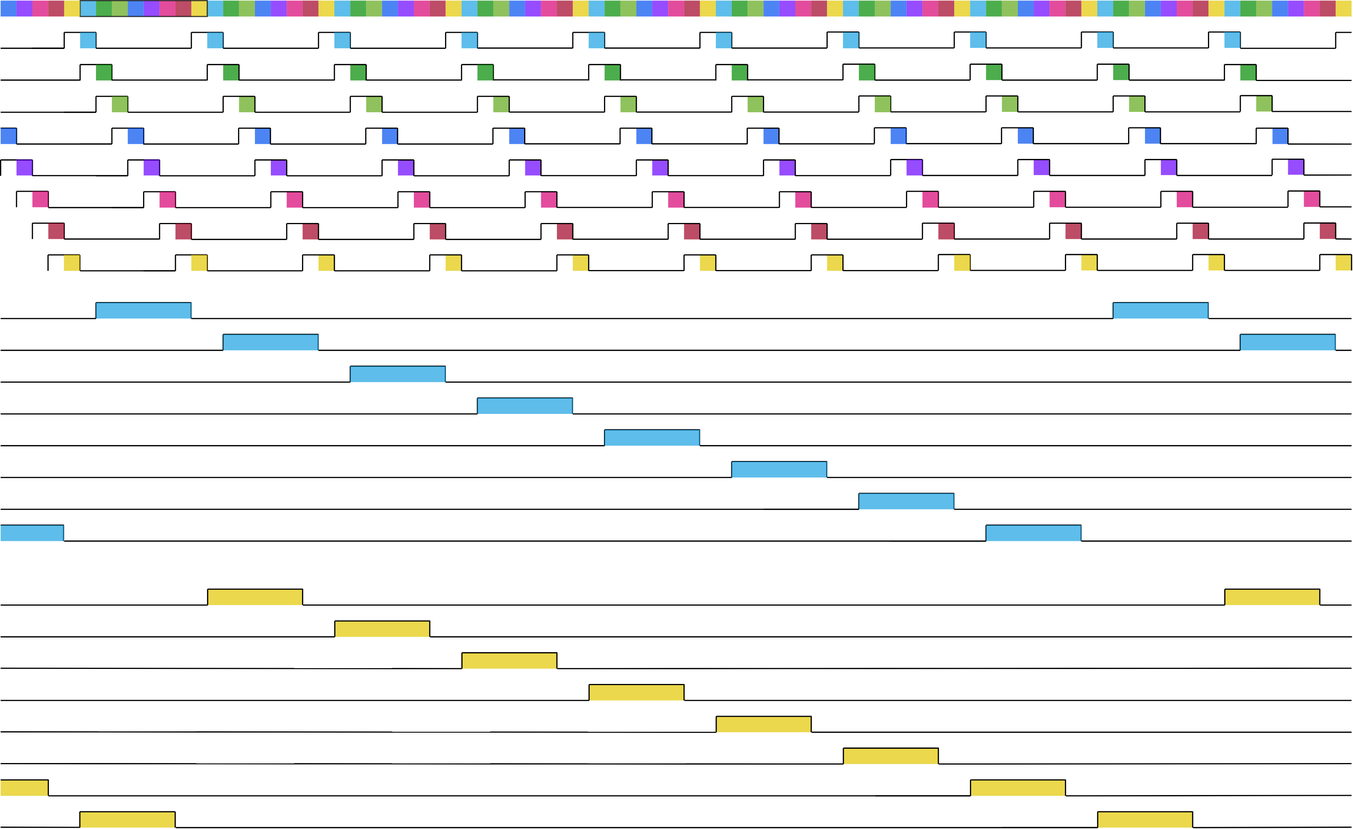
raytroop/raytroop.github.io keeps this draw.io diagram as source/_posts/paper-reading/8way-interleaving-Marvell-ISSCC2022.drawio.svg. Above is the earlier version. Source tidied: cells renumbered, new cells last; positions are measured from the earlier drawing's top-left corner, leaving out a move shared by most shapes.
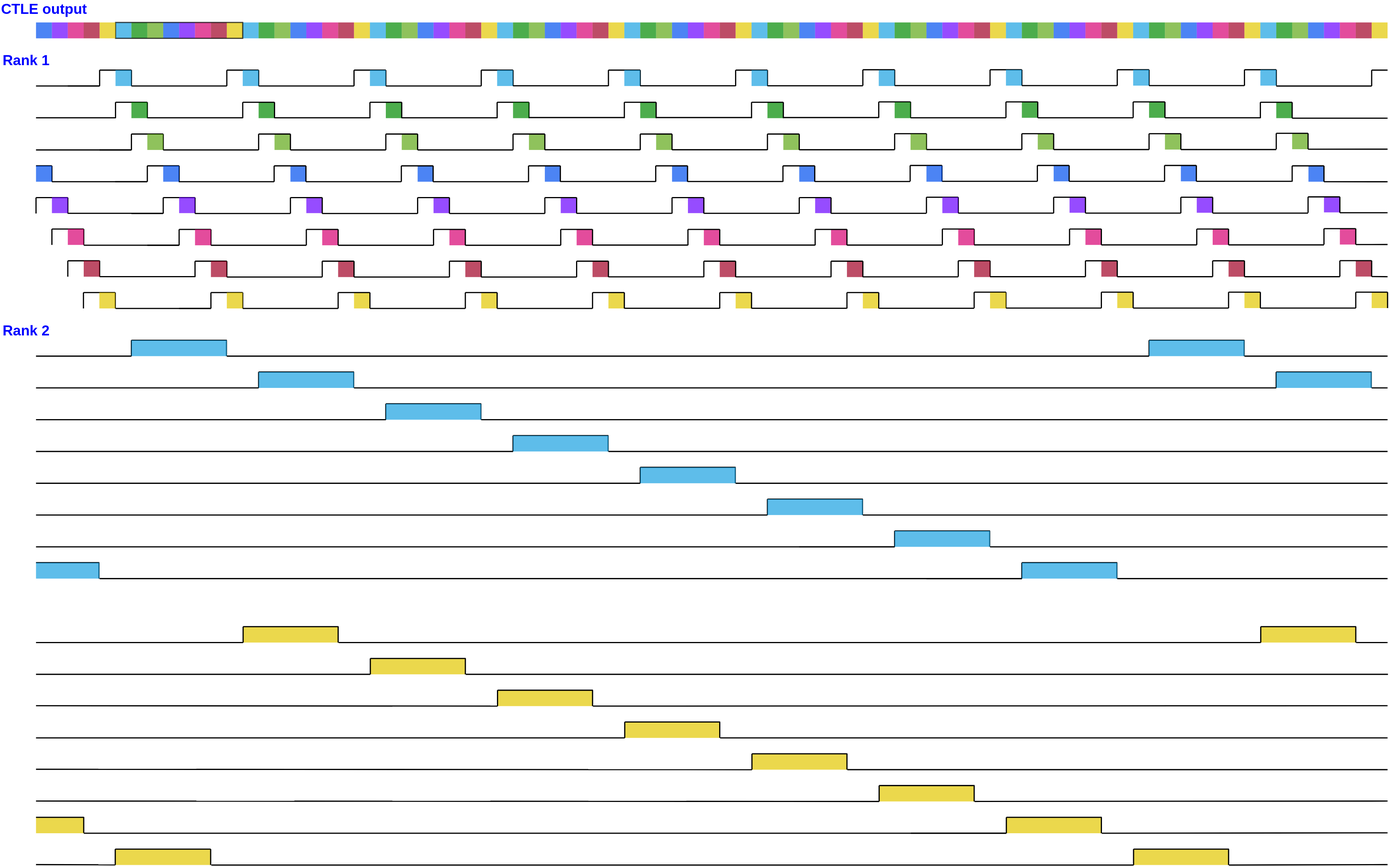
The same diagram one commit later.

Change to the diagram source:
```diff
@@ -2238,7 +2238,7 @@
       <mxGeometry x="2400" y="640" width="40" height="40" as="geometry" />
     </mxCell>
     <mxCell id="444" style="group;strokeWidth=3;" parent="1" vertex="1">
-      <mxGeometry x="200" width="320" height="40" as="geometry" />
+      <mxGeometry x="200" y="-40" width="320" height="40" as="geometry" />
     </mxCell>
     <mxCell id="445" style="rounded=0;whiteSpace=wrap;html=1;strokeColor=none;fillColor=#1ba1e2;opacity=70;fontColor=#ffffff;strokeWidth=3;" parent="444" vertex="1">
       <mxGeometry width="40" height="40" as="geometry" />
@@ -2265,7 +2265,7 @@
       <mxGeometry x="280" width="40" height="40" as="geometry" />
     </mxCell>
     <mxCell id="453" style="group;strokeWidth=3;" parent="1" vertex="1">
-      <mxGeometry x="520" width="320" height="40" as="geometry" />
+      <mxGeometry x="520" y="-40" width="320" height="40" as="geometry" />
     </mxCell>
     <mxCell id="454" style="rounded=0;whiteSpace=wrap;html=1;strokeColor=none;fillColor=#1ba1e2;opacity=70;fontColor=#ffffff;strokeWidth=3;" parent="453" vertex="1">
       <mxGeometry width="40" height="40" as="geometry" />
@@ -2292,7 +2292,7 @@
       <mxGeometry x="280" width="40" height="40" as="geometry" />
     </mxCell>
     <mxCell id="462" style="group;strokeWidth=3;" parent="1" vertex="1">
-      <mxGeometry x="840" width="320" height="40" as="geometry" />
+      <mxGeometry x="840" y="-40" width="320" height="40" as="geometry" />
     </mxCell>
     <mxCell id="463" style="rounded=0;whiteSpace=wrap;html=1;strokeColor=none;fillColor=#1ba1e2;opacity=70;fontColor=#ffffff;strokeWidth=3;" parent="462" vertex="1">
       <mxGeometry width="40" height="40" as="geometry" />
@@ -2319,7 +2319,7 @@
       <mxGeometry x="280" width="40" height="40" as="geometry" />
     </mxCell>
     <mxCell id="471" style="group;strokeWidth=3;" parent="1" vertex="1">
-      <mxGeometry x="1160" width="320" height="40" as="geometry" />
+      <mxGeometry x="1160" y="-40" width="320" height="40" as="geometry" />
     </mxCell>
     <mxCell id="472" style="rounded=0;whiteSpace=wrap;html=1;strokeColor=none;fillColor=#1ba1e2;opacity=70;fontColor=#ffffff;strokeWidth=3;" parent="471" vertex="1">
       <mxGeometry width="40" height="40" as="geometry" />
@@ -2346,7 +2346,7 @@
       <mxGeometry x="280" width="40" height="40" as="geometry" />
     </mxCell>
     <mxCell id="480" style="group;strokeWidth=3;" parent="1" vertex="1">
-      <mxGeometry x="1480" width="320" height="40" as="geometry" />
+      <mxGeometry x="1480" y="-40" width="320" height="40" as="geometry" />
     </mxCell>
     <mxCell id="481" style="rounded=0;whiteSpace=wrap;html=1;strokeColor=none;fillColor=#1ba1e2;opacity=70;fontColor=#ffffff;strokeWidth=3;" parent="480" vertex="1">
       <mxGeometry width="40" height="40" as="geometry" />
@@ -2373,7 +2373,7 @@
       <mxGeometry x="280" width="40" height="40" as="geometry" />
     </mxCell>
     <mxCell id="489" style="group;strokeWidth=3;" parent="1" vertex="1">
-      <mxGeometry x="1800" width="320" height="40" as="geometry" />
+      <mxGeometry x="1800" y="-40" width="320" height="40" as="geometry" />
     </mxCell>
     <mxCell id="490" style="rounded=0;whiteSpace=wrap;html=1;strokeColor=none;fillColor=#1ba1e2;opacity=70;fontColor=#ffffff;strokeWidth=3;" parent="489" vertex="1">
       <mxGeometry width="40" height="40" as="geometry" />
@@ -2400,7 +2400,7 @@
       <mxGeometry x="280" width="40" height="40" as="geometry" />
     </mxCell>
     <mxCell id="498" style="group;strokeWidth=3;" parent="1" vertex="1">
-      <mxGeometry x="2120" width="320" height="40" as="geometry" />
+      <mxGeometry x="2120" y="-40" width="320" height="40" as="geometry" />
     </mxCell>
     <mxCell id="499" style="rounded=0;whiteSpace=wrap;html=1;strokeColor=none;fillColor=#1ba1e2;opacity=70;fontColor=#ffffff;strokeWidth=3;" parent="498" vertex="1">
       <mxGeometry width="40" height="40" as="geometry" />
@@ -2427,7 +2427,7 @@
       <mxGeometry x="280" width="40" height="40" as="geometry" />
     </mxCell>
     <mxCell id="507" style="group;strokeWidth=3;" parent="1" vertex="1">
-      <mxGeometry x="2440" width="320" height="40" as="geometry" />
+      <mxGeometry x="2440" y="-40" width="320" height="40" as="geometry" />
     </mxCell>
     <mxCell id="508" style="rounded=0;whiteSpace=wrap;html=1;strokeColor=none;fillColor=#1ba1e2;opacity=70;fontColor=#ffffff;strokeWidth=3;" parent="507" vertex="1">
       <mxGeometry width="40" height="40" as="geometry" />
@@ -2454,7 +2454,7 @@
       <mxGeometry x="280" width="40" height="40" as="geometry" />
     </mxCell>
     <mxCell id="516" style="group;strokeWidth=3;" parent="1" vertex="1">
-      <mxGeometry x="2760" width="320" height="40" as="geometry" />
+      <mxGeometry x="2760" y="-40" width="320" height="40" as="geometry" />
     </mxCell>
     <mxCell id="517" style="rounded=0;whiteSpace=wrap;html=1;strokeColor=none;fillColor=#1ba1e2;opacity=70;fontColor=#ffffff;strokeWidth=3;" parent="516" vertex="1">
       <mxGeometry width="40" height="40" as="geometry" />
@@ -2481,7 +2481,7 @@
       <mxGeometry x="280" width="40" height="40" as="geometry" />
     </mxCell>
     <mxCell id="525" style="group;strokeWidth=3;" parent="1" vertex="1">
-      <mxGeometry x="3080" width="320" height="40" as="geometry" />
+      <mxGeometry x="3080" y="-40" width="320" height="40" as="geometry" />
     </mxCell>
     <mxCell id="526" style="rounded=0;whiteSpace=wrap;html=1;strokeColor=none;fillColor=#1ba1e2;opacity=70;fontColor=#ffffff;strokeWidth=3;" parent="525" vertex="1">
       <mxGeometry width="40" height="40" as="geometry" />
@@ -2508,7 +2508,7 @@
       <mxGeometry x="280" width="40" height="40" as="geometry" />
     </mxCell>
     <mxCell id="534" style="rounded=0;whiteSpace=wrap;html=1;fillColor=none;strokeColor=#000000;strokeWidth=3;opacity=70;" parent="1" vertex="1">
-      <mxGeometry x="200" width="320" height="40" as="geometry" />
+      <mxGeometry x="200" y="-40" width="320" height="40" as="geometry" />
     </mxCell>
     <mxCell id="535" style="endArrow=none;html=1;rounded=0;strokeWidth=3;" parent="1" edge="1">
       <mxGeometry relative="1" as="geometry">
@@ -2897,19 +2897,19 @@
       <mxGeometry x="159.3" y="640" width="40" height="40" as="geometry" />
     </mxCell>
     <mxCell id="602" style="rounded=0;whiteSpace=wrap;html=1;strokeColor=none;fillColor=#0050ef;opacity=70;fontColor=#ffffff;strokeWidth=3;" parent="1" vertex="1">
-      <mxGeometry width="40" height="40" as="geometry" />
+      <mxGeometry y="-40" width="40" height="40" as="geometry" />
     </mxCell>
     <mxCell id="603" style="rounded=0;whiteSpace=wrap;html=1;strokeColor=none;fillColor=#6a00ff;opacity=70;fontColor=#ffffff;strokeWidth=3;" parent="1" vertex="1">
-      <mxGeometry x="40" width="40" height="40" as="geometry" />
+      <mxGeometry x="40" y="-40" width="40" height="40" as="geometry" />
     </mxCell>
     <mxCell id="604" style="rounded=0;whiteSpace=wrap;html=1;strokeColor=none;fillColor=#d80073;opacity=70;fontColor=#ffffff;strokeWidth=3;" parent="1" vertex="1">
-      <mxGeometry x="80" width="40" height="40" as="geometry" />
+      <mxGeometry x="80" y="-40" width="40" height="40" as="geometry" />
     </mxCell>
     <mxCell id="605" style="rounded=0;whiteSpace=wrap;html=1;strokeColor=none;fillColor=#a20025;opacity=70;fontColor=#ffffff;strokeWidth=3;" parent="1" vertex="1">
-      <mxGeometry x="120" width="40" height="40" as="geometry" />
+      <mxGeometry x="120" y="-40" width="40" height="40" as="geometry" />
     </mxCell>
     <mxCell id="606" style="rounded=0;whiteSpace=wrap;html=1;strokeColor=none;fillColor=#e3c800;opacity=70;fontColor=#000000;strokeWidth=3;" parent="1" vertex="1">
-      <mxGeometry x="160" width="40" height="40" as="geometry" />
+      <mxGeometry x="160" y="-40" width="40" height="40" as="geometry" />
     </mxCell>
     <mxCell id="607" style="endArrow=none;html=1;rounded=0;strokeWidth=3;" parent="1" edge="1">
       <mxGeometry relative="1" as="geometry">
@@ -3521,5 +3521,14 @@
         <mxPoint x="439.3" y="2041" as="targetPoint" />
       </mxGeometry>
     </mxCell>
+    <mxCell id="722" value="&lt;font style=&quot;color: rgb(0, 0, 255); font-size: 36px;&quot;&gt;&lt;b style=&quot;&quot;&gt;CTLE output&lt;/b&gt;&lt;/font&gt;" style="text;html=1;align=center;verticalAlign=middle;whiteSpace=wrap;rounded=0;" parent="1" vertex="1">
+      <mxGeometry x="-90" y="-90" width="220" height="30" as="geometry" />
+    </mxCell>
+    <mxCell id="723" value="&lt;font style=&quot;font-size: 36px;&quot; color=&quot;#0000ff&quot;&gt;&lt;b style=&quot;&quot;&gt;Rank 1&lt;/b&gt;&lt;/font&gt;" style="text;html=1;align=center;verticalAlign=middle;whiteSpace=wrap;rounded=0;" parent="1" vertex="1">
+      <mxGeometry x="-90" y="40" width="130" height="30" as="geometry" />
+    </mxCell>
+    <mxCell id="724" value="&lt;font style=&quot;font-size: 36px;&quot; color=&quot;#0000ff&quot;&gt;&lt;b style=&quot;&quot;&gt;Rank 2&lt;/b&gt;&lt;/font&gt;" style="text;html=1;align=center;verticalAlign=middle;whiteSpace=wrap;rounded=0;" parent="1" vertex="1">
+      <mxGeometry x="-90" y="720" width="130" height="30" as="geometry" />
+    </mxCell>
   </root>
 </mxGraphModel>
```
